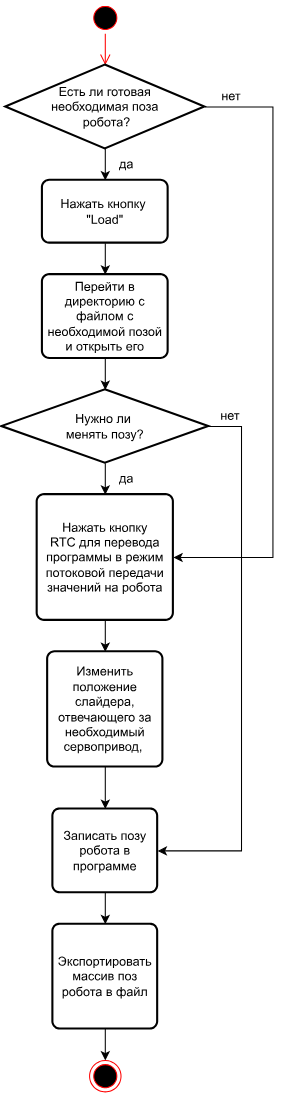
Earlier version of the draw.io export Диаграмма деятельности.svg (ArtemVolkov2103/1-Diplom). Source tidied: cells renumbered, new cells last; positions are measured from the earlier drawing's top-left corner, leaving out a move shared by most shapes.
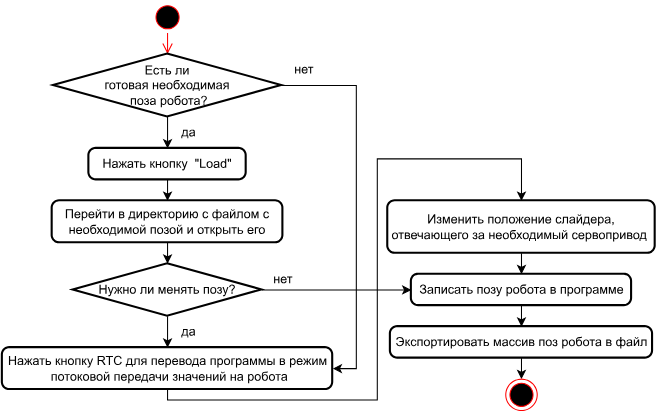
After the change.

Change to the diagram source:
```diff
@@ -3,7 +3,7 @@
     <mxCell id="0" />
     <mxCell id="1" parent="0" />
     <mxCell id="2" style="ellipse;html=1;shape=startState;fillColor=#000000;strokeColor=#ff0000;" parent="1" vertex="1">
-      <mxGeometry x="84" width="30" height="30" as="geometry" />
+      <mxGeometry x="84" y="40" width="30" height="30" as="geometry" />
     </mxCell>
     <mxCell id="3" style="edgeStyle=orthogonalEdgeStyle;html=1;verticalAlign=bottom;endArrow=open;endSize=8;strokeColor=#ff0000;rounded=0;entryX=0.5;entryY=0;entryDx=0;entryDy=0;entryPerimeter=0;" parent="1" edge="1" source="2" target="6">
       <mxGeometry relative="1" as="geometry" />
@@ -14,78 +14,80 @@
     <mxCell id="5" style="edgeStyle=orthogonalEdgeStyle;rounded=0;jettySize=auto;html=1;exitX=1;exitY=0.5;exitDx=0;exitDy=0;exitPerimeter=0;entryX=1;entryY=0.5;entryDx=0;entryDy=0;" parent="1" edge="1" source="6" target="17">
       <mxGeometry relative="1" as="geometry">
         <Array as="points">
-          <mxPoint x="259" y="100" />
-          <mxPoint x="259" y="530" />
+          <mxPoint x="279" y="120" />
+          <mxPoint x="279" y="390" />
         </Array>
       </mxGeometry>
     </mxCell>
-    <mxCell id="6" value="Есть ли готовая&lt;br&gt;необходимая поза&lt;br&gt;&amp;nbsp;робота?" style="strokeWidth=2;html=1;shape=mxgraph.flowchart.decision;whiteSpace=wrap;" parent="1" vertex="1">
-      <mxGeometry x="4" y="60" width="190" height="80" as="geometry" />
+    <mxCell id="6" value="Есть ли &lt;br&gt;готовая необходимая&lt;br&gt;&amp;nbsp;поза&amp;nbsp;робота?" style="strokeWidth=2;html=1;shape=mxgraph.flowchart.decision;whiteSpace=wrap;" parent="1" vertex="1">
+      <mxGeometry x="-9.8" y="90" width="217.5" height="60" as="geometry" />
     </mxCell>
     <mxCell id="7" style="edgeStyle=orthogonalEdgeStyle;rounded=0;jettySize=auto;html=1;exitX=0.5;exitY=1;exitDx=0;exitDy=0;entryX=0.5;entryY=0;entryDx=0;entryDy=0;" parent="1" edge="1" source="8" target="10">
       <mxGeometry relative="1" as="geometry" />
     </mxCell>
-    <mxCell id="8" value="Нажать кнопку&amp;nbsp;&lt;br&gt;&quot;Load&quot;" style="rounded=1;whiteSpace=wrap;html=1;absoluteArcSize=1;arcSize=14;strokeWidth=2;" parent="1" vertex="1">
-      <mxGeometry x="39" y="170" width="120" height="60" as="geometry" />
+    <mxCell id="8" value="Нажать кнопку&amp;nbsp; &quot;Load&quot;" style="rounded=1;whiteSpace=wrap;html=1;absoluteArcSize=1;arcSize=14;strokeWidth=2;" parent="1" vertex="1">
+      <mxGeometry x="24" y="180" width="150" height="30" as="geometry" />
     </mxCell>
     <mxCell id="9" style="edgeStyle=orthogonalEdgeStyle;rounded=0;jettySize=auto;html=1;exitX=0.5;exitY=1;exitDx=0;exitDy=0;entryX=0.5;entryY=0;entryDx=0;entryDy=0;entryPerimeter=0;" parent="1" edge="1" source="10" target="13">
       <mxGeometry relative="1" as="geometry" />
     </mxCell>
-    <mxCell id="10" value="Перейти в директорию с файлом с&lt;br&gt;необходимой позой&lt;br&gt;и открыть его" style="rounded=1;whiteSpace=wrap;html=1;absoluteArcSize=1;arcSize=14;strokeWidth=2;" parent="1" vertex="1">
-      <mxGeometry x="39" y="260" width="120" height="80" as="geometry" />
+    <mxCell id="10" value="Перейти в директорию с файлом с&lt;br&gt;необходимой позой и открыть его" style="rounded=1;whiteSpace=wrap;html=1;absoluteArcSize=1;arcSize=14;strokeWidth=2;" parent="1" vertex="1">
+      <mxGeometry x="-11" y="230" width="220" height="40" as="geometry" />
     </mxCell>
     <mxCell id="11" style="edgeStyle=orthogonalEdgeStyle;rounded=0;jettySize=auto;html=1;exitX=0.5;exitY=1;exitDx=0;exitDy=0;exitPerimeter=0;entryX=0.5;entryY=0;entryDx=0;entryDy=0;" parent="1" edge="1" source="13" target="17">
       <mxGeometry relative="1" as="geometry" />
     </mxCell>
-    <mxCell id="12" style="edgeStyle=orthogonalEdgeStyle;rounded=0;jettySize=auto;html=1;exitX=1;exitY=0.5;exitDx=0;exitDy=0;exitPerimeter=0;entryX=1;entryY=0.5;entryDx=0;entryDy=0;" parent="1" edge="1" source="13" target="19">
-      <mxGeometry relative="1" as="geometry">
-        <Array as="points">
-          <mxPoint x="229" y="405" />
-          <mxPoint x="229" y="810" />
-        </Array>
-      </mxGeometry>
+    <mxCell id="12" style="edgeStyle=orthogonalEdgeStyle;rounded=0;jettySize=auto;html=1;exitX=1;exitY=0.5;exitDx=0;exitDy=0;exitPerimeter=0;entryX=0;entryY=0.5;entryDx=0;entryDy=0;" parent="1" edge="1" source="13" target="19">
+      <mxGeometry relative="1" as="geometry" />
     </mxCell>
-    <mxCell id="13" value="Нужно ли&amp;nbsp;&lt;br&gt;менять позу?" style="strokeWidth=2;html=1;shape=mxgraph.flowchart.decision;whiteSpace=wrap;" parent="1" vertex="1">
-      <mxGeometry x="0.2" y="370" width="197.5" height="70" as="geometry" />
+    <mxCell id="13" value="Нужно ли&amp;nbsp;менять позу?" style="strokeWidth=2;html=1;shape=mxgraph.flowchart.decision;whiteSpace=wrap;" parent="1" vertex="1">
+      <mxGeometry x="9" y="290" width="180" height="50" as="geometry" />
     </mxCell>
     <mxCell id="14" style="edgeStyle=orthogonalEdgeStyle;rounded=0;jettySize=auto;html=1;exitX=0.5;exitY=1;exitDx=0;exitDy=0;" parent="1" edge="1" source="15" target="19">
       <mxGeometry relative="1" as="geometry" />
     </mxCell>
-    <mxCell id="15" value="Изменить положение слайдера, отвечающего за необходимый сервопривод,&amp;nbsp;" style="rounded=1;whiteSpace=wrap;html=1;absoluteArcSize=1;arcSize=14;strokeWidth=2;" parent="1" vertex="1">
-      <mxGeometry x="44" y="620" width="110" height="110" as="geometry" />
+    <mxCell id="15" value="Изменить положение слайдера, отвечающего за необходимый сервопривод&amp;nbsp;" style="rounded=1;whiteSpace=wrap;html=1;absoluteArcSize=1;arcSize=14;strokeWidth=2;" parent="1" vertex="1">
+      <mxGeometry x="309" y="230" width="255" height="50" as="geometry" />
     </mxCell>
-    <mxCell id="16" style="edgeStyle=orthogonalEdgeStyle;rounded=0;jettySize=auto;html=1;exitX=0.5;exitY=1;exitDx=0;exitDy=0;" parent="1" edge="1" source="17" target="15">
-      <mxGeometry relative="1" as="geometry" />
+    <mxCell id="16" style="edgeStyle=orthogonalEdgeStyle;rounded=0;jettySize=auto;html=1;exitX=0.5;exitY=1;exitDx=0;exitDy=0;entryX=0.5;entryY=0;entryDx=0;entryDy=0;" parent="1" edge="1" source="17" target="15">
+      <mxGeometry relative="1" as="geometry">
+        <Array as="points">
+          <mxPoint x="99" y="420" />
+          <mxPoint x="299" y="420" />
+          <mxPoint x="299" y="190" />
+          <mxPoint x="437" y="190" />
+        </Array>
+      </mxGeometry>
     </mxCell>
-    <mxCell id="17" value="Нажать кнопку&lt;br&gt;RTC для перевода программы в режим потоковой передачи значений на робота" style="rounded=1;whiteSpace=wrap;html=1;absoluteArcSize=1;arcSize=14;strokeWidth=2;" parent="1" vertex="1">
-      <mxGeometry x="34" y="470" width="130" height="120" as="geometry" />
+    <mxCell id="17" value="Нажать кнопку RTC для перевода программы в режим&lt;br&gt;&amp;nbsp;потоковой передачи значений на робота" style="rounded=1;whiteSpace=wrap;html=1;absoluteArcSize=1;arcSize=14;strokeWidth=2;" parent="1" vertex="1">
+      <mxGeometry x="-58.5" y="370" width="315" height="40" as="geometry" />
     </mxCell>
     <mxCell id="18" style="edgeStyle=orthogonalEdgeStyle;rounded=0;jettySize=auto;html=1;exitX=0.5;exitY=1;exitDx=0;exitDy=0;entryX=0.5;entryY=0;entryDx=0;entryDy=0;" parent="1" edge="1" source="19" target="21">
       <mxGeometry relative="1" as="geometry" />
     </mxCell>
     <mxCell id="19" value="Записать позу робота в программе" style="rounded=1;whiteSpace=wrap;html=1;absoluteArcSize=1;arcSize=14;strokeWidth=2;" parent="1" vertex="1">
-      <mxGeometry x="49" y="770" width="100" height="80" as="geometry" />
+      <mxGeometry x="331.5" y="300" width="210" height="30" as="geometry" />
     </mxCell>
     <mxCell id="20" style="edgeStyle=orthogonalEdgeStyle;rounded=0;jettySize=auto;html=1;exitX=0.5;exitY=1;exitDx=0;exitDy=0;entryX=0.5;entryY=0;entryDx=0;entryDy=0;" parent="1" edge="1" source="21" target="26">
       <mxGeometry relative="1" as="geometry" />
     </mxCell>
     <mxCell id="21" value="Экспортировать массив поз робота в файл" style="rounded=1;whiteSpace=wrap;html=1;absoluteArcSize=1;arcSize=14;strokeWidth=2;" parent="1" vertex="1">
-      <mxGeometry x="49" y="880" width="100" height="100" as="geometry" />
+      <mxGeometry x="311.5" y="350" width="250" height="30" as="geometry" />
     </mxCell>
     <mxCell id="22" value="нет" style="text;html=1;align=center;verticalAlign=middle;strokeColor=none;fillColor=none;" parent="1" vertex="1">
-      <mxGeometry x="199" y="75" width="40" height="30" as="geometry" />
+      <mxGeometry x="209" y="90" width="40" height="30" as="geometry" />
     </mxCell>
     <mxCell id="23" value="да" style="text;html=1;align=center;verticalAlign=middle;strokeColor=none;fillColor=none;" parent="1" vertex="1">
-      <mxGeometry x="99" y="140" width="40" height="30" as="geometry" />
+      <mxGeometry x="99" y="150" width="40" height="30" as="geometry" />
     </mxCell>
     <mxCell id="24" value="нет" style="text;html=1;align=center;verticalAlign=middle;strokeColor=none;fillColor=none;" parent="1" vertex="1">
-      <mxGeometry x="197.8" y="380" width="40" height="30" as="geometry" />
+      <mxGeometry x="189" y="290" width="40" height="30" as="geometry" />
     </mxCell>
     <mxCell id="25" value="да" style="text;html=1;align=center;verticalAlign=middle;strokeColor=none;fillColor=none;" parent="1" vertex="1">
-      <mxGeometry x="99" y="440" width="40" height="30" as="geometry" />
+      <mxGeometry x="99" y="340" width="40" height="30" as="geometry" />
     </mxCell>
     <mxCell id="26" style="ellipse;html=1;shape=endState;fillColor=#000000;strokeColor=#ff0000;" parent="1" vertex="1">
-      <mxGeometry x="84" y="1010" width="30" height="30" as="geometry" />
+      <mxGeometry x="421.5" y="400" width="30" height="30" as="geometry" />
     </mxCell>
   </root>
 </mxGraphModel>
```
